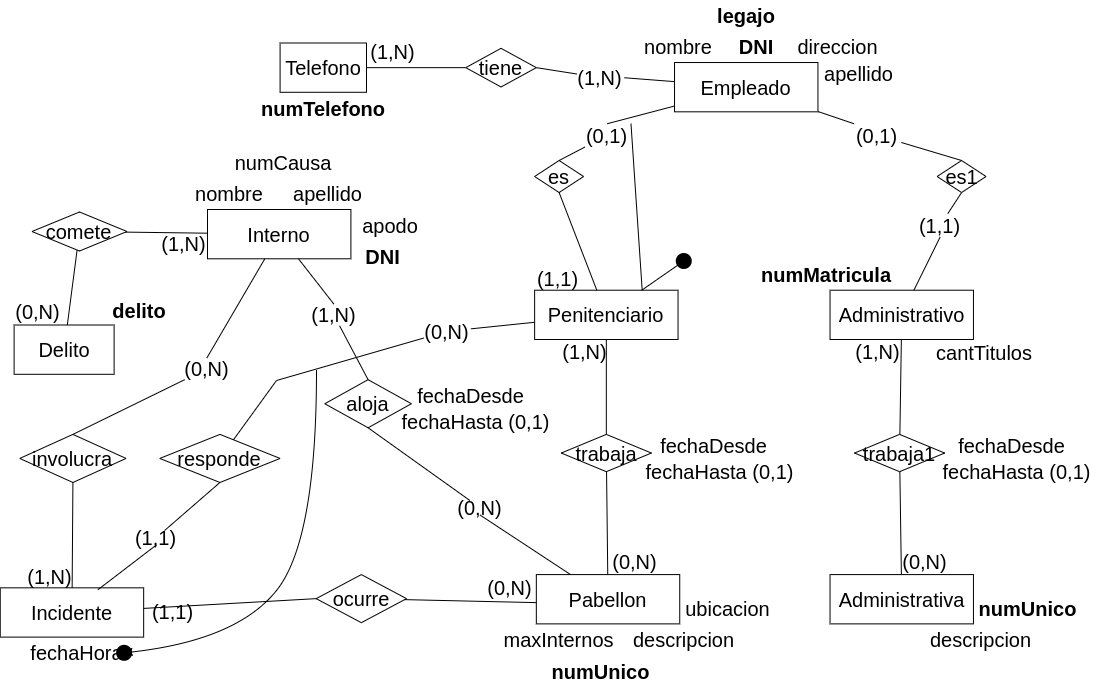
c97Ernesto/DisenioBasesDatos keeps this draw.io diagram as Practica/Practica2/Parte1/drawios-png/ejercicio03P2_Logico.drawio.png. Above is the earlier version. Source tidied: cells renumbered, new cells last; positions are measured from the earlier drawing's top-left corner, leaving out a move shared by most shapes.
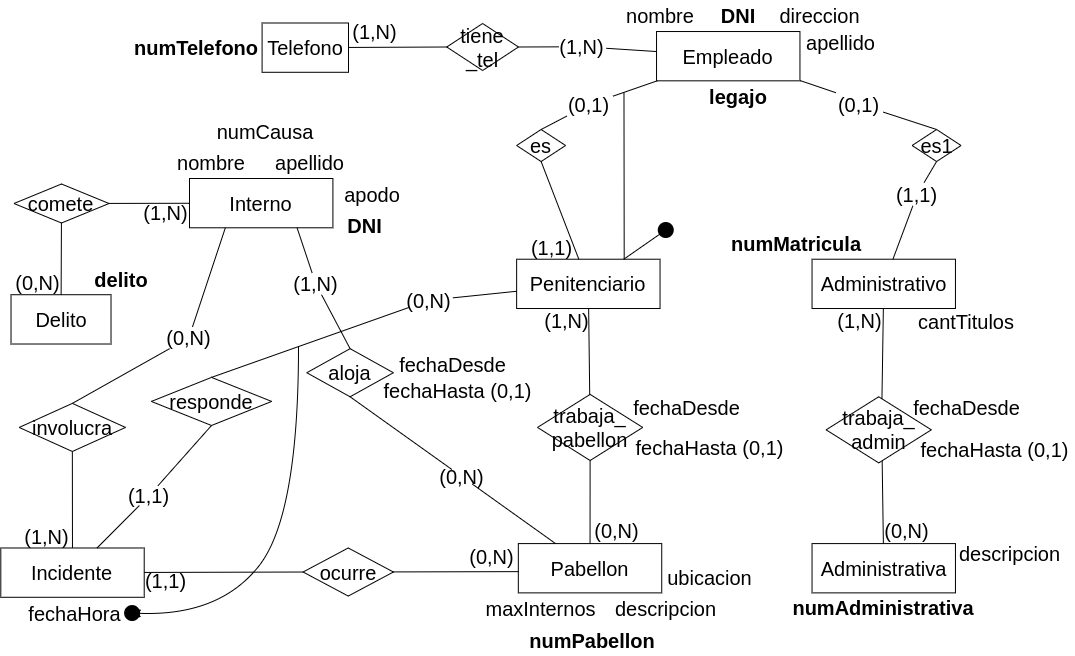
After the change.

What changed in the source:
```diff
@@ -14,3 +14,3 @@
     <mxCell id="5" value="&lt;b style=&quot;font-size: 20px;&quot;&gt;legajo&lt;/b&gt;" style="text;html=1;strokeColor=none;fillColor=none;align=center;verticalAlign=middle;whiteSpace=wrap;rounded=0;fontSize=20;rotation=0;" parent="1" vertex="1">
-      <mxGeometry x="710.7" y="0.2" width="70" height="31.4" as="geometry" />
+      <mxGeometry x="721" y="112.3" width="70" height="31.4" as="geometry" />
     </mxCell>
@@ -29,6 +29,6 @@
     <mxCell id="10" value="comete" style="shape=rhombus;perimeter=rhombusPerimeter;whiteSpace=wrap;html=1;align=center;fontSize=20;" parent="1" vertex="1">
-      <mxGeometry x="31.5" y="212.5" width="95" height="39" as="geometry" />
+      <mxGeometry x="31.5" y="215.5" width="95" height="39" as="geometry" />
     </mxCell>
     <mxCell id="11" value="&lt;font style=&quot;font-size: 20px;&quot;&gt;Delito&lt;/font&gt;" style="whiteSpace=wrap;html=1;align=center;fontSize=20;" parent="1" vertex="1">
-      <mxGeometry x="13.6" y="325.5" width="100" height="49.3" as="geometry" />
+      <mxGeometry x="28.5" y="326.2" width="100" height="49.3" as="geometry" />
     </mxCell>
@@ -44,3 +44,3 @@
     <mxCell id="15" value="(0,N)" style="text;html=1;strokeColor=none;fillColor=none;align=center;verticalAlign=middle;whiteSpace=wrap;rounded=0;fontSize=20;rotation=0;" parent="1" vertex="1">
-      <mxGeometry x="13.6" y="304.5" width="47.4" height="14.6" as="geometry" />
+      <mxGeometry x="31.6" y="306.5" width="47.4" height="14.6" as="geometry" />
     </mxCell>
@@ -53,3 +53,3 @@
     <mxCell id="18" value="&lt;b style=&quot;font-size: 20px;&quot;&gt;numMatricula&lt;/b&gt;" style="text;html=1;strokeColor=none;fillColor=none;align=center;verticalAlign=middle;whiteSpace=wrap;rounded=0;fontSize=20;rotation=0;" parent="1" vertex="1">
-      <mxGeometry x="761.3" y="259.3" width="130.3" height="31.4" as="geometry" />
+      <mxGeometry x="749.1" y="259.3" width="130.3" height="31.4" as="geometry" />
     </mxCell>
@@ -67,3 +67,3 @@
     </mxCell>
-    <mxCell id="23" style="endArrow=none;html=1;rounded=0;fontSize=20;exitX=0.5;exitY=0;exitDx=0;exitDy=0;" parent="1" edge="1" source="78" target="7">
+    <mxCell id="23" style="endArrow=none;html=1;rounded=0;fontSize=20;entryX=0.75;entryY=1;entryDx=0;entryDy=0;" parent="1" edge="1" source="78" target="7">
       <mxGeometry relative="1" as="geometry" />
@@ -73,8 +73,5 @@
     </mxCell>
-    <mxCell id="25" value="trabaja" style="shape=rhombus;perimeter=rhombusPerimeter;whiteSpace=wrap;html=1;align=center;fontSize=20;" parent="1" vertex="1">
-      <mxGeometry x="560.8" y="434.9" width="90.1" height="37.3" as="geometry" />
+    <mxCell id="25" value="trabaja_&lt;br&gt;pabellon" style="shape=rhombus;perimeter=rhombusPerimeter;whiteSpace=wrap;html=1;align=center;fontSize=20;" parent="1" vertex="1">
+      <mxGeometry x="555" y="425.9" width="105.2" height="66.1" as="geometry" />
     </mxCell>
-    <mxCell id="26" value="trabaja1" style="shape=rhombus;perimeter=rhombusPerimeter;whiteSpace=wrap;html=1;align=center;fontSize=20;" parent="1" vertex="1">
-      <mxGeometry x="854" y="434.9" width="90.1" height="37.3" as="geometry" />
-    </mxCell>
     <mxCell id="27" style="endArrow=none;html=1;rounded=0;fontSize=20;" parent="1" edge="1" source="25" target="16">
@@ -85,7 +82,11 @@
     </mxCell>
-    <mxCell id="29" style="endArrow=none;html=1;rounded=0;fontSize=20;" parent="1" edge="1" source="26" target="17">
-      <mxGeometry relative="1" as="geometry" />
+    <mxCell id="29" style="endArrow=none;html=1;rounded=0;fontSize=20;" parent="1" edge="1" target="17">
+      <mxGeometry relative="1" as="geometry">
+        <mxPoint x="899.4" y="435" as="sourcePoint" />
+      </mxGeometry>
     </mxCell>
-    <mxCell id="30" style="endArrow=none;html=1;rounded=0;fontSize=20;" parent="1" edge="1" source="21" target="26">
-      <mxGeometry relative="1" as="geometry" />
+    <mxCell id="30" style="endArrow=none;html=1;rounded=0;fontSize=20;" parent="1" edge="1" source="21">
+      <mxGeometry relative="1" as="geometry">
+        <mxPoint x="899.4" y="472.1" as="targetPoint" />
+      </mxGeometry>
     </mxCell>
@@ -104,6 +105,6 @@
     <mxCell id="35" value="fechaDesde" style="text;html=1;strokeColor=none;fillColor=none;align=center;verticalAlign=middle;whiteSpace=wrap;rounded=0;fontSize=20;rotation=0;" parent="1" vertex="1">
-      <mxGeometry x="654.4" y="434.9" width="119" height="21.4" as="geometry" />
+      <mxGeometry x="644.7" y="428.3" width="119" height="21.4" as="geometry" />
     </mxCell>
     <mxCell id="36" value="fechaHasta (0,1)" style="text;html=1;strokeColor=none;fillColor=none;align=center;verticalAlign=middle;whiteSpace=wrap;rounded=0;fontSize=20;rotation=0;" parent="1" vertex="1">
-      <mxGeometry x="639.5" y="458.9" width="159" height="26" as="geometry" />
+      <mxGeometry x="648.4" y="466" width="159" height="26" as="geometry" />
     </mxCell>
@@ -116,6 +117,6 @@
     <mxCell id="39" value="fechaDesde" style="text;html=1;strokeColor=none;fillColor=none;align=center;verticalAlign=middle;whiteSpace=wrap;rounded=0;fontSize=20;rotation=0;" parent="1" vertex="1">
-      <mxGeometry x="951.5" y="434.9" width="119" height="21.4" as="geometry" />
+      <mxGeometry x="924.6" y="428.3" width="119" height="21.4" as="geometry" />
     </mxCell>
     <mxCell id="40" value="fechaHasta (0,1)" style="text;html=1;strokeColor=none;fillColor=none;align=center;verticalAlign=middle;whiteSpace=wrap;rounded=0;fontSize=20;rotation=0;" parent="1" vertex="1">
-      <mxGeometry x="936.6" y="458.9" width="159" height="26" as="geometry" />
+      <mxGeometry x="933.2" y="468.4" width="159" height="26" as="geometry" />
     </mxCell>
@@ -131,6 +132,6 @@
     <mxCell id="44" value="&lt;font style=&quot;font-size: 20px;&quot;&gt;Telefono&lt;/font&gt;" style="whiteSpace=wrap;html=1;align=center;fontSize=20;" parent="1" vertex="1">
-      <mxGeometry x="279.6" y="43.5" width="86.4" height="49.3" as="geometry" />
+      <mxGeometry x="279.6" y="54.5" width="86.4" height="49.3" as="geometry" />
     </mxCell>
     <mxCell id="45" value="numTelefono" style="text;html=1;strokeColor=none;fillColor=none;align=center;verticalAlign=middle;whiteSpace=wrap;rounded=0;fontSize=20;rotation=0;fontStyle=1;" parent="1" vertex="1">
-      <mxGeometry x="257.8" y="92.8" width="130" height="31.4" as="geometry" />
+      <mxGeometry x="148.6" y="62.8" width="130" height="31.4" as="geometry" />
     </mxCell>
@@ -142,4 +143,4 @@
     </mxCell>
-    <mxCell id="48" value="tiene" style="shape=rhombus;perimeter=rhombusPerimeter;whiteSpace=wrap;html=1;align=center;fontSize=20;" parent="1" vertex="1">
-      <mxGeometry x="465.2" y="48.8" width="70.6" height="38.7" as="geometry" />
+    <mxCell id="48" value="tiene&lt;br&gt;_tel" style="shape=rhombus;perimeter=rhombusPerimeter;whiteSpace=wrap;html=1;align=center;fontSize=20;" parent="1" vertex="1">
+      <mxGeometry x="464.2" y="55" width="71.8" height="47" as="geometry" />
     </mxCell>
@@ -149,3 +150,3 @@
     <mxCell id="50" value="es1" style="shape=rhombus;perimeter=rhombusPerimeter;whiteSpace=wrap;html=1;align=center;fontSize=20;" parent="1" vertex="1">
-      <mxGeometry x="936.6" y="161" width="49" height="32" as="geometry" />
+      <mxGeometry x="929.6" y="161" width="49" height="32" as="geometry" />
     </mxCell>
@@ -160,3 +161,3 @@
     </mxCell>
-    <mxCell id="54" style="endArrow=none;html=1;rounded=0;fontSize=20;exitX=0.5;exitY=1;exitDx=0;exitDy=0;" parent="1" edge="1" source="61" target="17">
+    <mxCell id="54" style="endArrow=none;html=1;rounded=0;fontSize=20;" parent="1" edge="1" source="61" target="17">
       <mxGeometry relative="1" as="geometry" />
@@ -164,5 +165,5 @@
     <mxCell id="55" value="(1,1)" style="text;html=1;strokeColor=none;fillColor=none;align=center;verticalAlign=middle;whiteSpace=wrap;rounded=0;fontSize=20;rotation=0;" parent="1" vertex="1">
-      <mxGeometry x="534.1" y="267.4" width="47.4" height="23.4" as="geometry" />
+      <mxGeometry x="545.9" y="267.4" width="47.4" height="23.4" as="geometry" />
     </mxCell>
-    <mxCell id="56" style="endArrow=none;html=1;rounded=0;fontSize=20;entryX=0.5;entryY=0;entryDx=0;entryDy=0;" parent="1" edge="1" source="6" target="57">
+    <mxCell id="56" style="endArrow=none;html=1;rounded=0;fontSize=20;" parent="1" edge="1" source="6" target="57">
       <mxGeometry relative="1" as="geometry" />
@@ -182,3 +183,3 @@
     <mxCell id="61" value="(1,1)" style="text;html=1;strokeColor=none;fillColor=none;align=center;verticalAlign=middle;whiteSpace=wrap;rounded=0;fontSize=20;rotation=0;" parent="1" vertex="1">
-      <mxGeometry x="916" y="214" width="47.4" height="23.4" as="geometry" />
+      <mxGeometry x="911" y="214" width="47.4" height="23.4" as="geometry" />
     </mxCell>
@@ -190,10 +191,12 @@
     </mxCell>
-    <mxCell id="64" style="endArrow=none;html=1;rounded=0;fontSize=20;exitX=1;exitY=0;exitDx=0;exitDy=0;entryX=0.75;entryY=0;entryDx=0;entryDy=0;" parent="1" edge="1" source="57" target="16">
-      <mxGeometry relative="1" as="geometry" />
+    <mxCell id="64" style="endArrow=none;html=1;rounded=0;fontSize=20;exitX=1;exitY=0.25;exitDx=0;exitDy=0;entryX=0.75;entryY=0;entryDx=0;entryDy=0;" parent="1" edge="1" target="16">
+      <mxGeometry relative="1" as="geometry">
+        <mxPoint x="641.5" y="124.1" as="sourcePoint" />
+      </mxGeometry>
     </mxCell>
-    <mxCell id="65" value="&lt;b style=&quot;font-size: 20px;&quot;&gt;numUnico&lt;/b&gt;" style="text;html=1;strokeColor=none;fillColor=none;align=center;verticalAlign=middle;whiteSpace=wrap;rounded=0;fontSize=20;rotation=0;" parent="1" vertex="1">
-      <mxGeometry x="973" y="593" width="108.6" height="31.4" as="geometry" />
+    <mxCell id="65" value="&lt;b style=&quot;font-size: 20px;&quot;&gt;numAdministrativa&lt;/b&gt;" style="text;html=1;strokeColor=none;fillColor=none;align=center;verticalAlign=middle;whiteSpace=wrap;rounded=0;fontSize=20;rotation=0;" parent="1" vertex="1">
+      <mxGeometry x="806.5" y="623.1" width="189.5" height="31.4" as="geometry" />
     </mxCell>
     <mxCell id="66" value="descripcion" style="text;html=1;strokeColor=none;fillColor=none;align=center;verticalAlign=middle;whiteSpace=wrap;rounded=0;fontSize=20;rotation=0;" parent="1" vertex="1">
-      <mxGeometry x="926" y="624.4" width="109" height="31.4" as="geometry" />
+      <mxGeometry x="973" y="569.7" width="109" height="31.4" as="geometry" />
     </mxCell>
@@ -202,4 +205,4 @@
     </mxCell>
-    <mxCell id="68" value="&lt;b style=&quot;font-size: 20px;&quot;&gt;numUnico&lt;/b&gt;" style="text;html=1;strokeColor=none;fillColor=none;align=center;verticalAlign=middle;whiteSpace=wrap;rounded=0;fontSize=20;rotation=0;" parent="1" vertex="1">
-      <mxGeometry x="545.8" y="655.8" width="108.6" height="31.4" as="geometry" />
+    <mxCell id="68" value="&lt;b style=&quot;font-size: 20px;&quot;&gt;numPabellon&lt;/b&gt;" style="text;html=1;strokeColor=none;fillColor=none;align=center;verticalAlign=middle;whiteSpace=wrap;rounded=0;fontSize=20;rotation=0;" parent="1" vertex="1">
+      <mxGeometry x="540.8" y="655.8" width="138.4" height="31.4" as="geometry" />
     </mxCell>
@@ -214,3 +217,3 @@
     </mxCell>
-    <mxCell id="72" style="endArrow=none;html=1;rounded=0;fontSize=20;entryX=1;entryY=0.5;entryDx=0;entryDy=0;" parent="1" edge="1" source="6" target="73">
+    <mxCell id="72" style="endArrow=none;html=1;rounded=0;fontSize=20;" parent="1" edge="1" source="6" target="73">
       <mxGeometry relative="1" as="geometry" />
@@ -221,8 +224,8 @@
     <mxCell id="74" value="(1,N)" style="text;html=1;strokeColor=none;fillColor=none;align=center;verticalAlign=middle;whiteSpace=wrap;rounded=0;fontSize=20;rotation=0;" parent="1" vertex="1">
-      <mxGeometry x="369.4" y="40.8" width="47.4" height="23.4" as="geometry" />
+      <mxGeometry x="369.4" y="51.8" width="47.4" height="23.4" as="geometry" />
     </mxCell>
     <mxCell id="75" value="involucra" style="shape=rhombus;perimeter=rhombusPerimeter;whiteSpace=wrap;html=1;align=center;fontSize=20;" parent="1" vertex="1">
-      <mxGeometry x="19.2" y="434.9" width="106.3" height="48.1" as="geometry" />
+      <mxGeometry x="36.7" y="434.9" width="106.3" height="48.1" as="geometry" />
     </mxCell>
-    <mxCell id="76" style="endArrow=none;html=1;rounded=0;fontSize=20;exitX=0.5;exitY=0;exitDx=0;exitDy=0;" parent="1" edge="1" source="93" target="7">
+    <mxCell id="76" style="endArrow=none;html=1;rounded=0;fontSize=20;entryX=0.25;entryY=1;entryDx=0;entryDy=0;" parent="1" edge="1" source="93" target="7">
       <mxGeometry relative="1" as="geometry" />
@@ -235,3 +238,3 @@
     </mxCell>
-    <mxCell id="79" style="endArrow=none;html=1;rounded=0;fontSize=20;entryX=0.5;entryY=1;entryDx=0;entryDy=0;" parent="1" edge="1" source="20" target="80">
+    <mxCell id="79" style="endArrow=none;html=1;rounded=0;fontSize=20;" parent="1" edge="1" source="20" target="80">
       <mxGeometry relative="1" as="geometry" />
@@ -245,12 +248,12 @@
     <mxCell id="82" value="fechaHora" style="text;html=1;strokeColor=none;fillColor=none;align=center;verticalAlign=middle;whiteSpace=wrap;rounded=0;fontSize=20;rotation=0;" parent="1" vertex="1">
-      <mxGeometry x="28.3" y="637.6" width="97.2" height="31.4" as="geometry" />
+      <mxGeometry x="44.3" y="628.8" width="97.2" height="31.4" as="geometry" />
     </mxCell>
     <mxCell id="83" value="Incidente" style="whiteSpace=wrap;html=1;align=center;fontSize=20;" parent="1" vertex="1">
-      <mxGeometry x="-0.3" y="588.3" width="143.4" height="49.3" as="geometry" />
+      <mxGeometry x="18.3" y="579.5" width="143.4" height="49.3" as="geometry" />
     </mxCell>
     <mxCell id="84" value="ocurre" style="shape=rhombus;perimeter=rhombusPerimeter;whiteSpace=wrap;html=1;align=center;fontSize=20;" parent="1" vertex="1">
-      <mxGeometry x="315.7" y="575.1" width="90.3" height="48.1" as="geometry" />
+      <mxGeometry x="320.6" y="579.5" width="90.3" height="48.1" as="geometry" />
     </mxCell>
     <mxCell id="85" value="(1,N)" style="text;html=1;strokeColor=none;fillColor=none;align=center;verticalAlign=middle;whiteSpace=wrap;rounded=0;fontSize=20;rotation=0;" parent="1" vertex="1">
-      <mxGeometry x="26" y="569.7" width="47.4" height="14.6" as="geometry" />
+      <mxGeometry x="41.3" y="560.3" width="47.4" height="14.6" as="geometry" />
     </mxCell>
@@ -265,3 +268,3 @@
     <mxCell id="88" value="(1,1)" style="text;html=1;strokeColor=none;fillColor=none;align=center;verticalAlign=middle;whiteSpace=wrap;rounded=0;fontSize=20;rotation=0;" parent="1" vertex="1">
-      <mxGeometry x="148.6" y="604.4" width="47.4" height="14.6" as="geometry" />
+      <mxGeometry x="159.6" y="604.6" width="47.4" height="14.6" as="geometry" />
     </mxCell>
@@ -272,6 +275,6 @@
       <mxGeometry relative="1" as="geometry">
-        <mxPoint x="316" y="371" as="sourcePoint" />
+        <mxPoint x="316" y="378" as="sourcePoint" />
         <Array as="points">
-          <mxPoint x="316" y="541" />
-          <mxPoint x="236" y="641" />
+          <mxPoint x="316" y="548" />
+          <mxPoint x="236" y="648" />
         </Array>
@@ -280,3 +283,3 @@
     <mxCell id="91" style="shape=waypoint;sketch=0;fillStyle=solid;size=16;points=[];fillColor=none;perimeter=centerPerimeter;snapToPoint=1;fontSize=20;fontStyle=0;spacing=2;perimeterSpacing=0;" parent="1" vertex="1">
-      <mxGeometry x="113.6" y="643.3" width="20" height="20" as="geometry" />
+      <mxGeometry x="139.6" y="634.5" width="20" height="20" as="geometry" />
     </mxCell>
@@ -289,3 +292,3 @@
     <mxCell id="94" value="responde" style="shape=rhombus;perimeter=rhombusPerimeter;whiteSpace=wrap;html=1;align=center;fontSize=20;" parent="1" vertex="1">
-      <mxGeometry x="159.3" y="434.9" width="120.3" height="48.1" as="geometry" />
+      <mxGeometry x="168.8" y="408.9" width="120.3" height="48.1" as="geometry" />
     </mxCell>
@@ -297,3 +300,3 @@
     </mxCell>
-    <mxCell id="97" style="endArrow=none;html=1;rounded=0;fontSize=20;entryX=0.5;entryY=1;entryDx=0;entryDy=0;exitX=0.681;exitY=0.039;exitDx=0;exitDy=0;exitPerimeter=0;" parent="1" edge="1" source="83" target="98">
+    <mxCell id="97" style="endArrow=none;html=1;rounded=0;fontSize=20;" parent="1" edge="1" source="83" target="98">
       <mxGeometry relative="1" as="geometry" />
@@ -301,10 +304,6 @@
     <mxCell id="98" value="(1,1)" style="text;html=1;strokeColor=none;fillColor=none;align=center;verticalAlign=middle;whiteSpace=wrap;rounded=0;fontSize=20;rotation=0;" parent="1" vertex="1">
-      <mxGeometry x="132" y="531" width="47.4" height="14.6" as="geometry" />
+      <mxGeometry x="143" y="517.2" width="47.4" height="19.8" as="geometry" />
     </mxCell>
-    <mxCell id="99" style="endArrow=none;html=1;rounded=0;fontSize=20;" parent="1" edge="1" source="94" target="100">
-      <mxGeometry relative="1" as="geometry">
-        <Array as="points">
-          <mxPoint x="276" y="381" />
-        </Array>
-      </mxGeometry>
+    <mxCell id="99" style="endArrow=none;html=1;rounded=0;fontSize=20;exitX=0.5;exitY=0;exitDx=0;exitDy=0;" parent="1" edge="1" source="94" target="100">
+      <mxGeometry relative="1" as="geometry" />
     </mxCell>
@@ -316,2 +315,5 @@
     </mxCell>
+    <mxCell id="102" value="trabaja_&lt;br&gt;admin" style="shape=rhombus;perimeter=rhombusPerimeter;whiteSpace=wrap;html=1;align=center;fontSize=20;" parent="1" vertex="1">
+      <mxGeometry x="843.6" y="428.3" width="105.2" height="66.1" as="geometry" />
+    </mxCell>
   </root>
```
